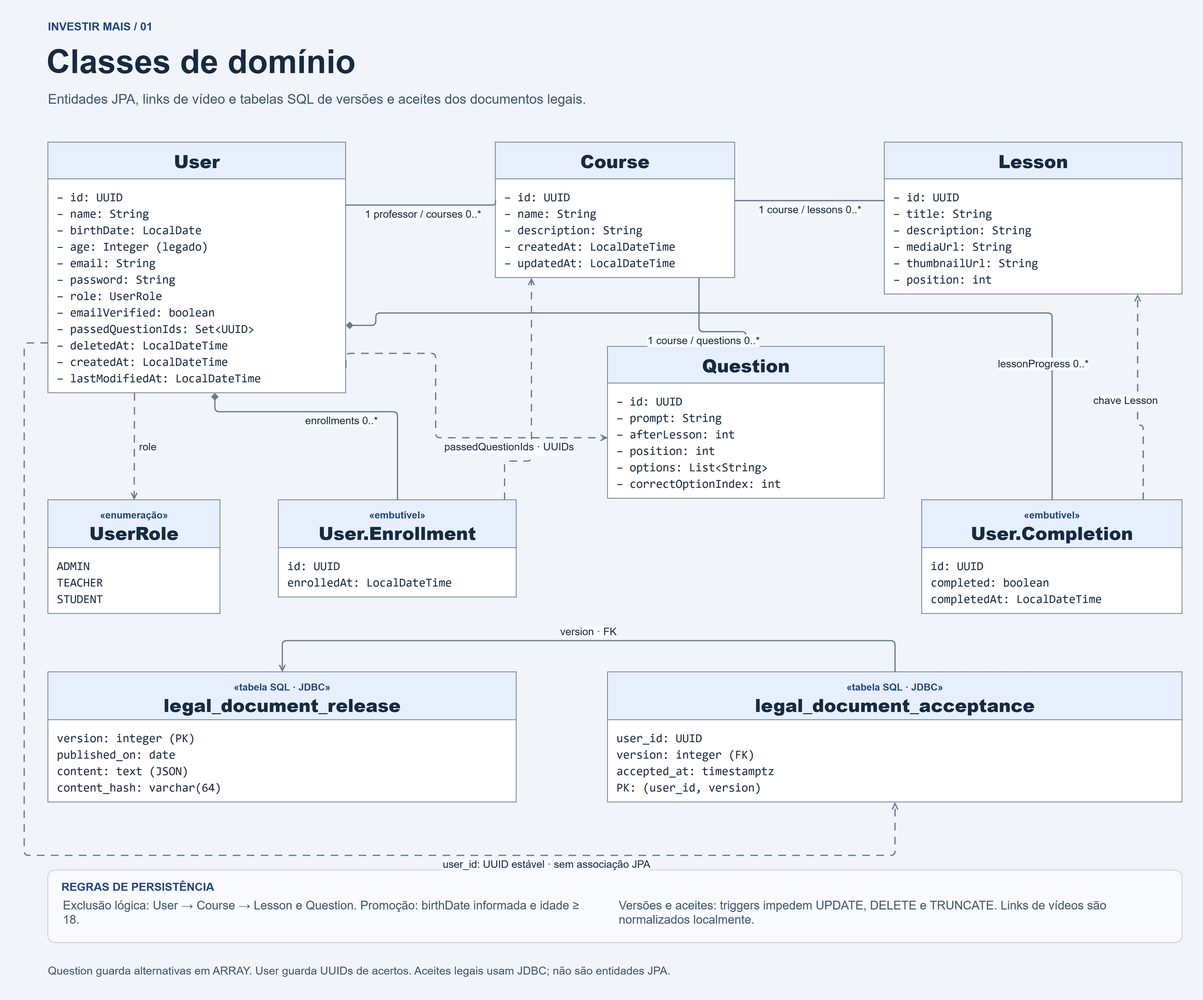
GabrielYYM/INVESTIR-MAIS keeps this draw.io diagram as docs/diagramas/classes-de-dominio.png. Above is the earlier version. Source tidied: cells renumbered, new cells last; positions are measured from the earlier drawing's top-left corner, leaving out a move shared by most shapes.
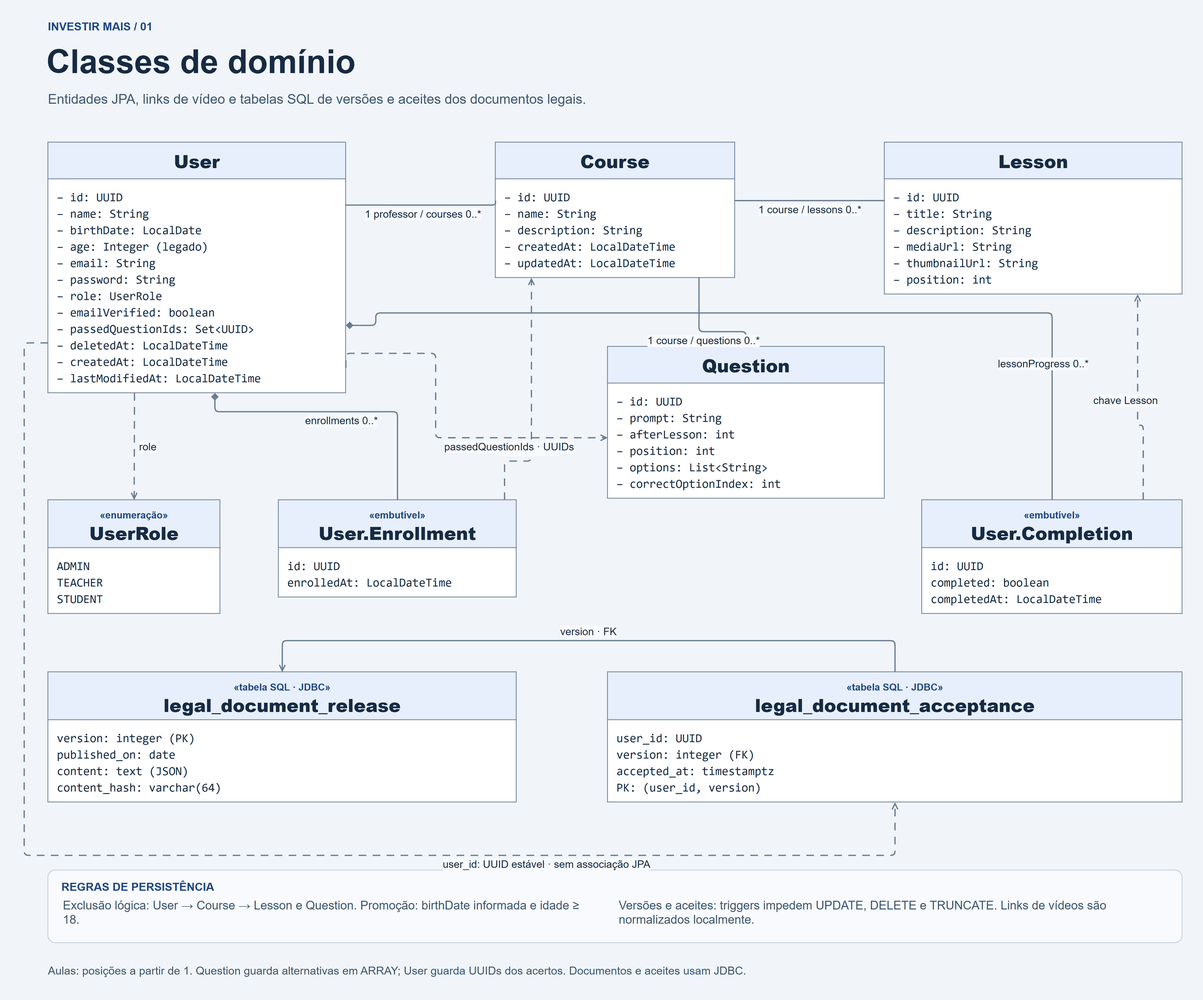
Above is the later version.

Change to the diagram source:
```diff
@@ -11,7 +11,7 @@
     <mxCell id="4" value="Entidades JPA, links de vídeo e tabelas SQL de versões e aceites dos documentos legais." style="html=1;whiteSpace=wrap;text;strokeColor=none;fillColor=none;fontSize=18;fontColor=#405870;fontStyle=0;align=left;verticalAlign=middle;spacing=0;" parent="1" vertex="1">
       <mxGeometry x="32" y="93" width="1516" height="29" as="geometry" />
     </mxCell>
-    <mxCell id="5" value="Question guarda alternativas em ARRAY. User guarda UUIDs de acertos. Aceites legais usam JDBC; não são entidades JPA." style="html=1;whiteSpace=wrap;text;strokeColor=none;fillColor=none;fontSize=15;fontColor=#405870;fontStyle=0;align=left;verticalAlign=middle;spacing=0;" parent="1" vertex="1">
+    <mxCell id="5" value="Aulas: posições a partir de 1. Question guarda alternativas em ARRAY; User guarda UUIDs dos acertos. Documentos e aceites usam JDBC." style="html=1;whiteSpace=wrap;text;strokeColor=none;fillColor=none;fontSize=15;fontColor=#405870;fontStyle=0;align=left;verticalAlign=middle;spacing=0;" parent="1" vertex="1">
       <mxGeometry x="32" y="1259" width="1516" height="28" as="geometry" />
     </mxCell>
     <mxCell id="6" value="&lt;b style=&quot;font-size:24px&quot;&gt;User&lt;/b&gt;" style="html=1;whiteSpace=wrap;swimlane;startSize=49;horizontal=1;rounded=0;fillColor=#E7EFFD;swimlaneFillColor=#FFFFFF;strokeColor=#6A7D93;fontColor=#172B43;fontSize=20;align=center;verticalAlign=middle;" parent="1" vertex="1">
```
